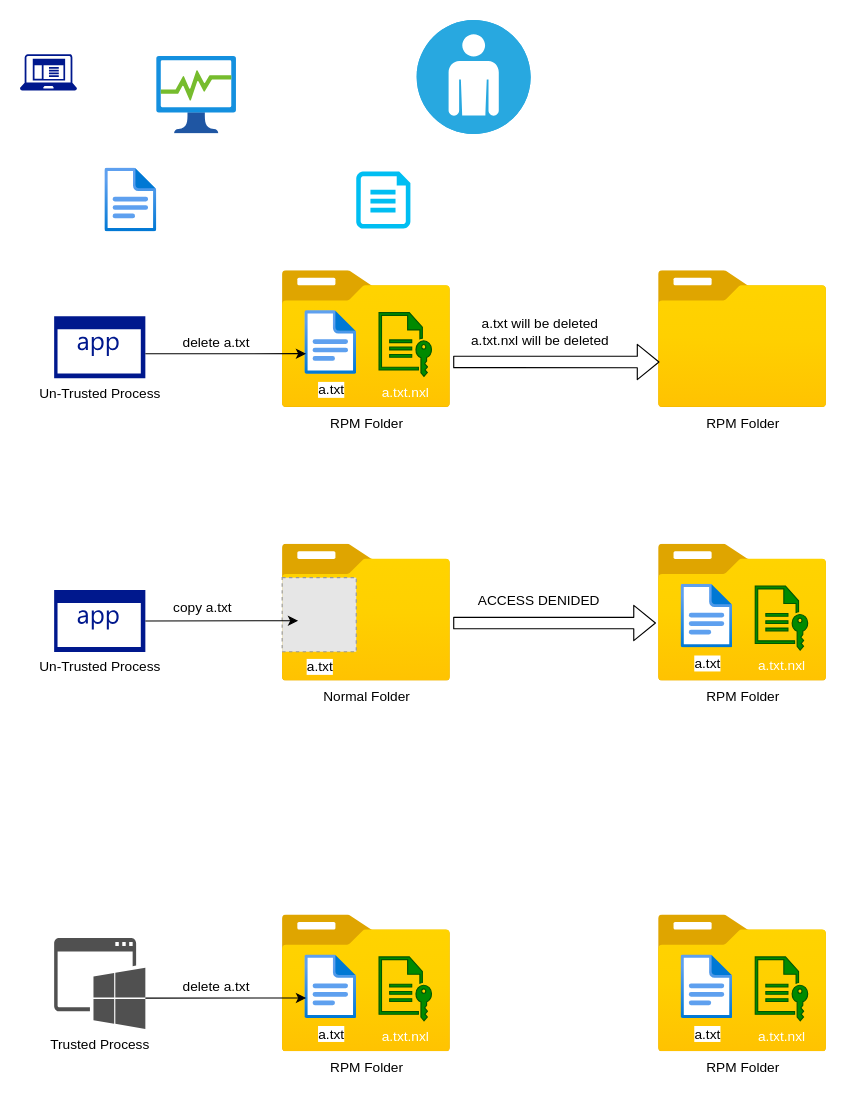
This is page "Page-1" (1 of 4) of ectr-rpm.drawio from linfenwen/draw_io, a draw.io file, before an edit. Source tidied: cells renumbered, new cells numbered last; positions are measured from the earlier drawing's top-left corner, leaving out a move shared by most shapes. Both pictures are drawn from the tidied source at 114%, with x=0, y=0 at pixel (19, 19). Pictures stored in the file or linked from it are replaced by grey dashed boxes.
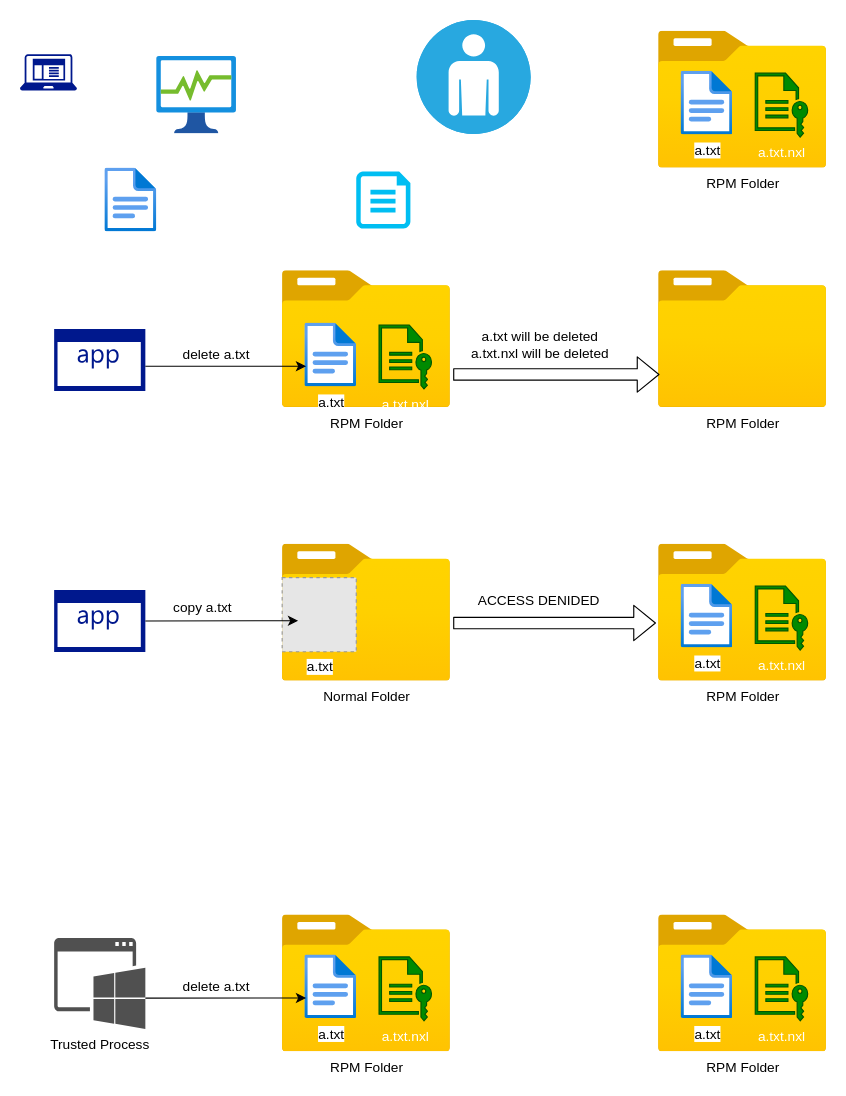
The same page after the edit.

The change refers to these unchanged cells:
```xml
<mxCell id="17" style="group;" parent="1" vertex="1">
  <mxGeometry x="230" y="220" width="147.9" height="120" as="geometry" />
</mxCell>
<mxCell id="23" value="RPM Folder" style="html=1;points=[];align=center;image;fontSize=12;image=img/lib/azure2/general/Folder_Blank.svg;" parent="1" vertex="1">
  <mxGeometry x="560" y="220" width="147.9" height="120" as="geometry" />
</mxCell>
```

Diff of the diagram source:
```diff
@@
-    <mxCell id="4" value="Un-Trusted Process" style="shadow=0;dashed=0;html=1;strokeColor=none;labelPosition=center;verticalLabelPosition=bottom;verticalAlign=top;align=center;fillColor=#00188D;shape=mxgraph.mscae.enterprise.application;" parent="1" vertex="1">
-      <mxGeometry x="30" y="260" width="80" height="54.4" as="geometry" />
+    <mxCell id="4" style="shadow=0;dashed=0;html=1;strokeColor=none;labelPosition=center;verticalLabelPosition=bottom;verticalAlign=top;align=center;fillColor=#00188D;shape=mxgraph.mscae.enterprise.application;" parent="1" vertex="1">
+      <mxGeometry x="30" y="271" width="80" height="54.4" as="geometry" />
     </mxCell>
@@
     <mxCell id="19" value="a.txt.nxl" style="shadow=0;dashed=0;html=1;strokeColor=#005700;fillColor=#008a00;labelPosition=center;verticalLabelPosition=bottom;verticalAlign=top;align=center;shape=mxgraph.office.concepts.file_key;fontColor=#ffffff;" parent="17" vertex="1">
-      <mxGeometry x="85" y="36.7" width="46" height="56" as="geometry" />
+      <mxGeometry x="85" y="47.7" width="46" height="56" as="geometry" />
     </mxCell>
     <mxCell id="20" value="a.txt" style="html=1;points=[];align=center;image;fontSize=12;image=img/lib/azure2/general/File.svg;" parent="17" vertex="1">
-      <mxGeometry x="20" y="35" width="45.5" height="56" as="geometry" />
+      <mxGeometry x="20" y="46" width="45.5" height="56" as="geometry" />
     </mxCell>
     <mxCell id="21" style="endArrow=classic;html=1;entryX=0.022;entryY=0.674;entryDx=0;entryDy=0;entryPerimeter=0;" parent="1" edge="1" target="20">
       <mxGeometry relative="1" as="geometry">
-        <mxPoint x="110" y="292.8" as="sourcePoint" />
+        <mxPoint x="110" y="303.8" as="sourcePoint" />
       </mxGeometry>
     </mxCell>
     <mxCell id="22" value="delete a.txt" style="text;html=1;align=center;verticalAlign=middle;strokeColor=none;" parent="1" vertex="1">
-      <mxGeometry x="137" y="272.8" width="70" height="20" as="geometry" />
+      <mxGeometry x="137" y="283.8" width="70" height="20" as="geometry" />
     </mxCell>
@@
-    <mxCell id="24" style="shape=flexArrow;endArrow=classic;html=1;entryX=0.007;entryY=0.667;entryDx=0;entryDy=0;entryPerimeter=0;" parent="1" edge="1" target="23">
+    <mxCell id="24" style="shape=flexArrow;endArrow=classic;html=1;entryX=0.007;entryY=0.667;entryDx=0;entryDy=0;entryPerimeter=0;" parent="1" edge="1">
       <mxGeometry relative="1" as="geometry">
-        <mxPoint x="380" y="300" as="sourcePoint" />
+        <mxPoint x="380" y="311" as="sourcePoint" />
+        <mxPoint x="561" y="311" as="targetPoint" />
       </mxGeometry>
     </mxCell>
     <mxCell id="25" value="a.txt will be deleted&lt;br&gt;a.txt.nxl will be deleted" style="text;html=1;align=center;verticalAlign=middle;strokeColor=none;" parent="1" vertex="1">
-      <mxGeometry x="386" y="258.8" width="140" height="30" as="geometry" />
+      <mxGeometry x="386" y="269.8" width="140" height="30" as="geometry" />
     </mxCell>
-    <mxCell id="26" value="Un-Trusted Process" style="shadow=0;dashed=0;html=1;strokeColor=none;labelPosition=center;verticalLabelPosition=bottom;verticalAlign=top;align=center;fillColor=#00188D;shape=mxgraph.mscae.enterprise.application;" parent="1" vertex="1">
+    <mxCell id="26" style="shadow=0;dashed=0;html=1;strokeColor=none;labelPosition=center;verticalLabelPosition=bottom;verticalAlign=top;align=center;fillColor=#00188D;shape=mxgraph.mscae.enterprise.application;" parent="1" vertex="1">
       <mxGeometry x="30" y="500" width="80" height="54.4" as="geometry" />
     </mxCell>
@@
+    <mxCell id="39" style="group;" parent="1" vertex="1">
+      <mxGeometry x="560" y="10" width="147.9" height="120" as="geometry" />
+    </mxCell>
+    <mxCell id="40" value="RPM Folder" style="html=1;align=center;image;fontSize=12;image=img/lib/azure2/general/Folder_Blank.svg;" parent="39" vertex="1">
+      <mxGeometry width="147.9" height="120" as="geometry" />
+    </mxCell>
+    <mxCell id="41" value="a.txt.nxl" style="shadow=0;dashed=0;html=1;strokeColor=#005700;fillColor=#008a00;labelPosition=center;verticalLabelPosition=bottom;verticalAlign=top;align=center;shape=mxgraph.office.concepts.file_key;fontColor=#ffffff;" parent="39" vertex="1">
+      <mxGeometry x="85" y="36.7" width="46" height="56" as="geometry" />
+    </mxCell>
+    <mxCell id="42" value="a.txt" style="html=1;align=center;image;fontSize=12;image=img/lib/azure2/general/File.svg;" parent="39" vertex="1">
+      <mxGeometry x="20" y="35" width="45.5" height="56" as="geometry" />
+    </mxCell>
```
